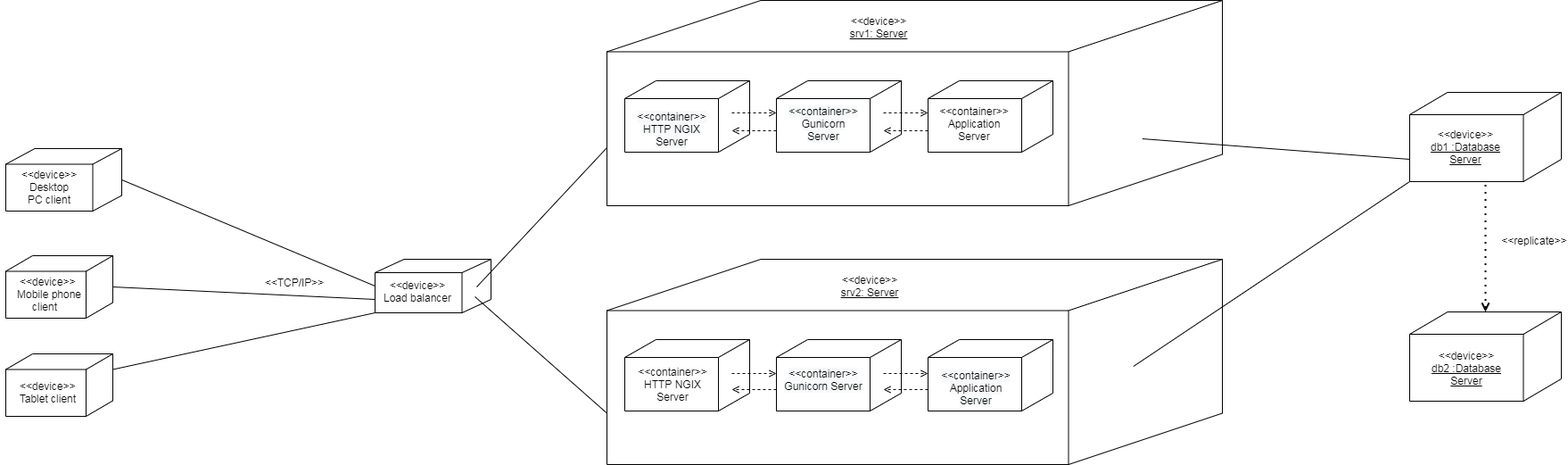
Earlier version of the draw.io export Deployement diagram.png (damien-devpy/OC-P6). Source tidied: cells renumbered, new cells last; positions are measured from the earlier drawing's top-left corner, leaving out a move shared by most shapes.
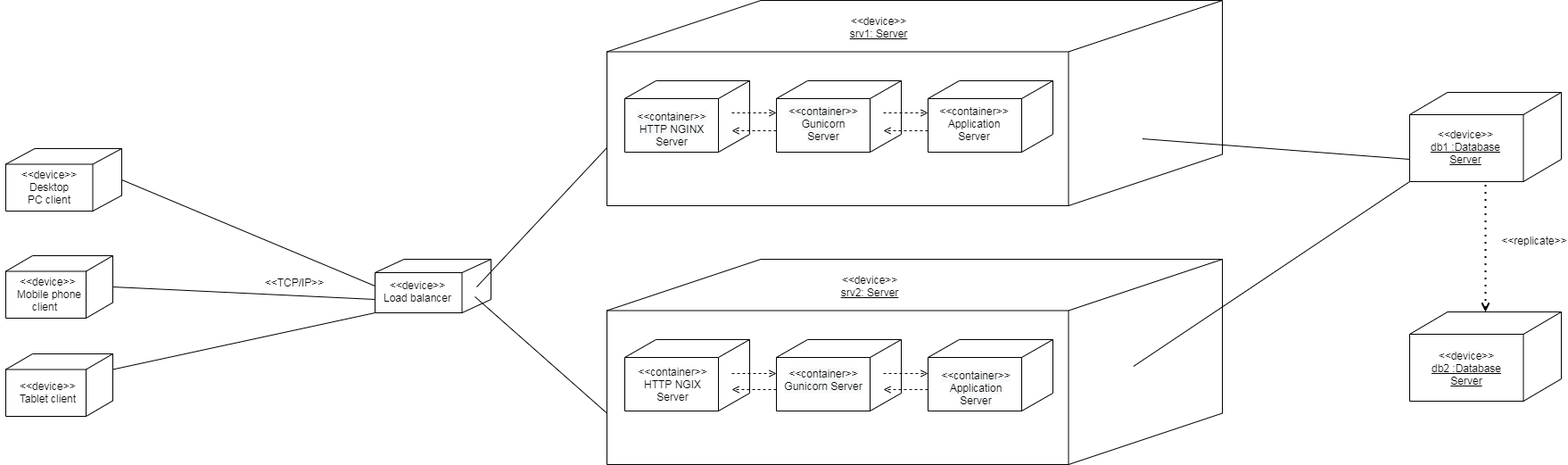
After the commit.

Diff of the diagram source:
```diff
@@ -156,7 +156,7 @@
     <mxCell id="43" value="&lt;span&gt;&amp;lt;&amp;lt;container&amp;gt;&amp;gt;&lt;/span&gt;&lt;br&gt;&lt;span&gt;HTTP NGIX Server&lt;/span&gt;" style="text;html=1;strokeColor=none;fillColor=none;align=center;verticalAlign=middle;whiteSpace=wrap;rounded=0;" parent="1" vertex="1">
       <mxGeometry x="734" y="420" width="40" height="20" as="geometry" />
     </mxCell>
-    <mxCell id="44" value="&lt;span style=&quot;color: rgb(0 , 0 , 0) ; font-family: &amp;#34;helvetica&amp;#34; ; font-size: 12px ; font-style: normal ; font-weight: 400 ; letter-spacing: normal ; text-indent: 0px ; text-transform: none ; word-spacing: 0px ; background-color: rgb(248 , 249 , 250) ; display: inline ; float: none&quot;&gt;&amp;lt;&amp;lt;container&amp;gt;&amp;gt;&lt;/span&gt;&lt;br style=&quot;color: rgb(0 , 0 , 0) ; font-family: &amp;#34;helvetica&amp;#34; ; font-size: 12px ; font-style: normal ; font-weight: 400 ; letter-spacing: normal ; text-indent: 0px ; text-transform: none ; word-spacing: 0px ; background-color: rgb(248 , 249 , 250)&quot;&gt;&lt;span style=&quot;color: rgb(0 , 0 , 0) ; font-family: &amp;#34;helvetica&amp;#34; ; font-size: 12px ; font-style: normal ; font-weight: 400 ; letter-spacing: normal ; text-indent: 0px ; text-transform: none ; word-spacing: 0px ; background-color: rgb(248 , 249 , 250) ; display: inline ; float: none&quot;&gt;HTTP NGIX Server&lt;/span&gt;" style="text;whiteSpace=wrap;html=1;align=center;" parent="1" vertex="1">
+    <mxCell id="44" value="&lt;span style=&quot;color: rgb(0 , 0 , 0) ; font-family: &amp;#34;helvetica&amp;#34; ; font-size: 12px ; font-style: normal ; font-weight: 400 ; letter-spacing: normal ; text-indent: 0px ; text-transform: none ; word-spacing: 0px ; background-color: rgb(248 , 249 , 250) ; display: inline ; float: none&quot;&gt;&amp;lt;&amp;lt;container&amp;gt;&amp;gt;&lt;/span&gt;&lt;br style=&quot;color: rgb(0 , 0 , 0) ; font-family: &amp;#34;helvetica&amp;#34; ; font-size: 12px ; font-style: normal ; font-weight: 400 ; letter-spacing: normal ; text-indent: 0px ; text-transform: none ; word-spacing: 0px ; background-color: rgb(248 , 249 , 250)&quot;&gt;&lt;span style=&quot;color: rgb(0 , 0 , 0) ; font-family: &amp;#34;helvetica&amp;#34; ; font-size: 12px ; font-style: normal ; font-weight: 400 ; letter-spacing: normal ; text-indent: 0px ; text-transform: none ; word-spacing: 0px ; background-color: rgb(248 , 249 , 250) ; display: inline ; float: none&quot;&gt;HTTP NGINX Server&lt;/span&gt;" style="text;whiteSpace=wrap;html=1;align=center;" parent="1" vertex="1">
       <mxGeometry x="703" y="117" width="100" height="40" as="geometry" />
     </mxCell>
     <mxCell id="45" value="&#10;&#10;&lt;span style=&quot;color: rgb(0, 0, 0); font-family: helvetica; font-size: 12px; font-style: normal; font-weight: 400; letter-spacing: normal; text-align: left; text-indent: 0px; text-transform: none; word-spacing: 0px; background-color: rgb(248, 249, 250); display: inline; float: none;&quot;&gt;&amp;lt;&amp;lt;container&amp;gt;&amp;gt;&lt;/span&gt;&lt;br style=&quot;color: rgb(0, 0, 0); font-family: helvetica; font-size: 12px; font-style: normal; font-weight: 400; letter-spacing: normal; text-align: left; text-indent: 0px; text-transform: none; word-spacing: 0px; background-color: rgb(248, 249, 250);&quot;&gt;&lt;span style=&quot;color: rgb(0, 0, 0); font-family: helvetica; font-size: 12px; font-style: normal; font-weight: 400; letter-spacing: normal; text-align: left; text-indent: 0px; text-transform: none; word-spacing: 0px; background-color: rgb(248, 249, 250); display: inline; float: none;&quot;&gt;Gunicorn Server&lt;/span&gt;&#10;&#10;" style="text;html=1;strokeColor=none;fillColor=none;align=center;verticalAlign=middle;whiteSpace=wrap;rounded=0;" parent="1" vertex="1">
```
